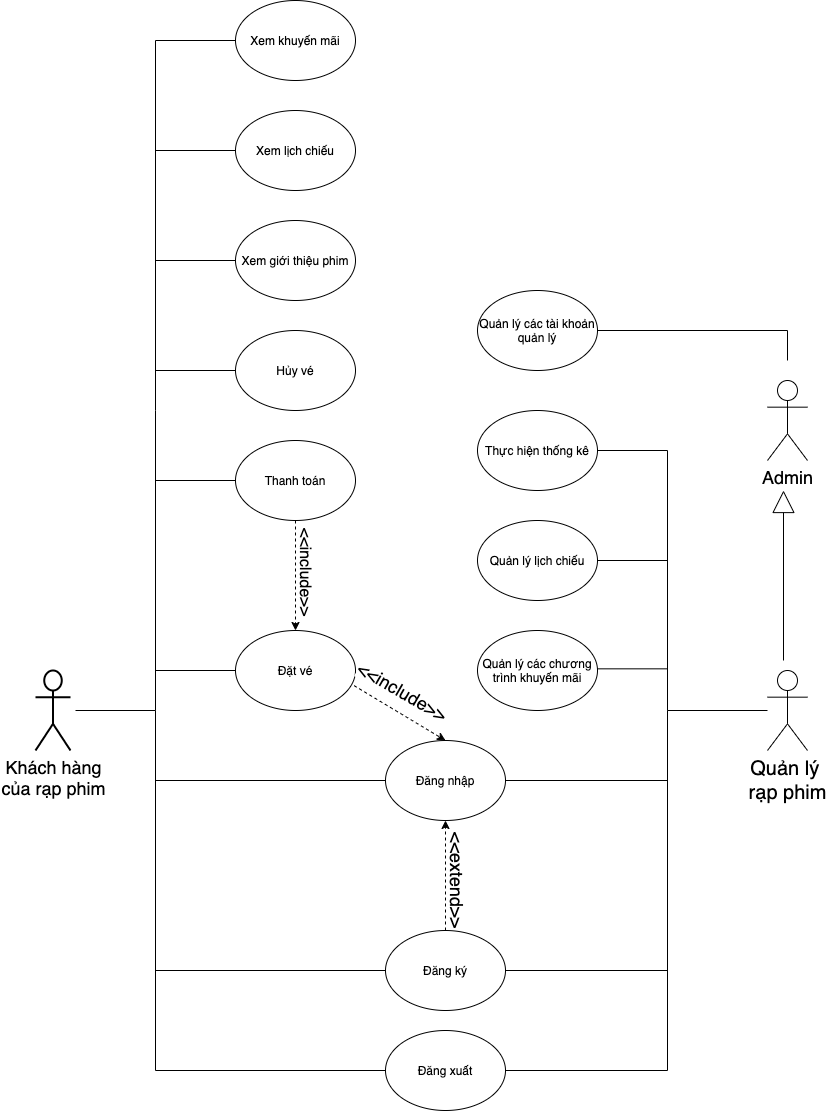
baolongnguyenmac/CinemaManagementSystem keeps this draw.io diagram as Report/UsecaseDiagram/usecase.png. Above is the earlier version. Source tidied: cells renumbered, new cells last; positions are measured from the earlier drawing's top-left corner, leaving out a move shared by most shapes.
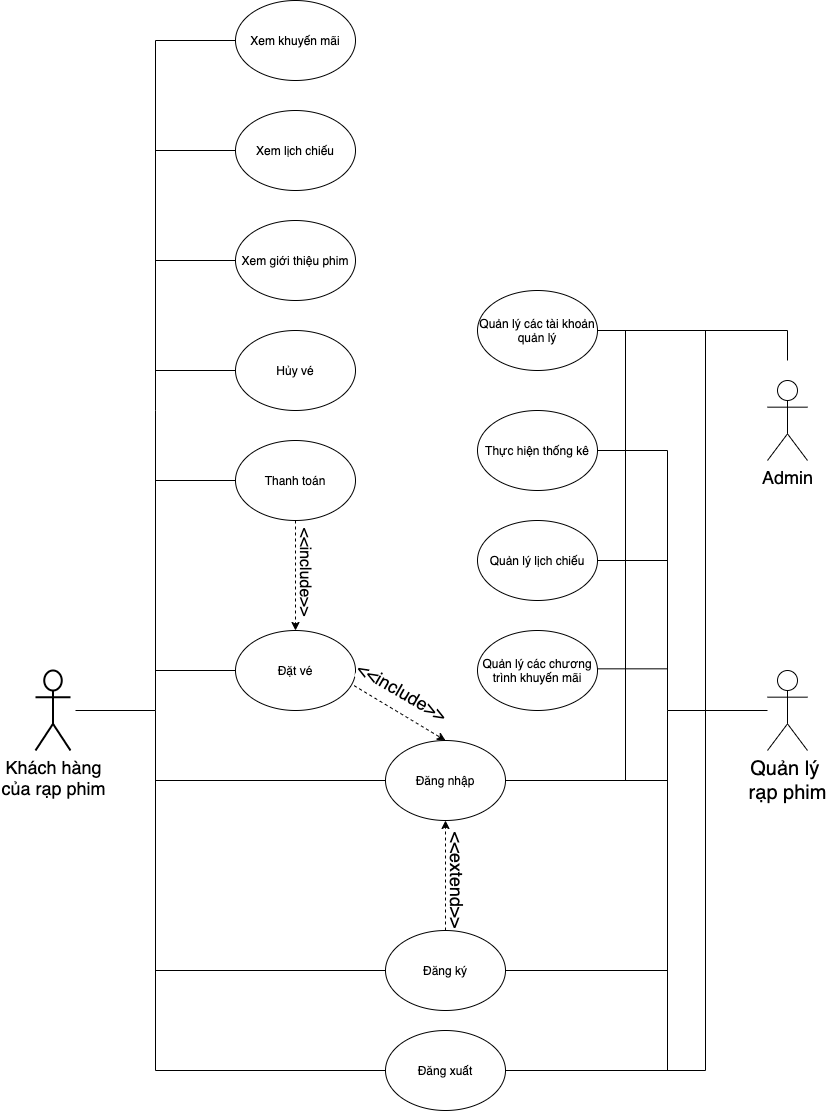
Above is the later version.

Commit message:
usecase diagram done

Change to the diagram source:
```diff
@@ -64,12 +64,6 @@
     <mxCell id="21" style="endArrow=classic;html=1;dashed=1;strokeColor=#000000;exitX=0.5;exitY=1;exitDx=0;exitDy=0;entryX=0.5;entryY=0;entryDx=0;entryDy=0;" parent="1" edge="1" source="11" target="8">
       <mxGeometry relative="1" as="geometry" />
     </mxCell>
-    <mxCell id="22" style="endArrow=block;html=1;strokeColor=#000000;endFill=0;strokeWidth=1;startSize=0;endSize=20;" parent="1" edge="1">
-      <mxGeometry relative="1" as="geometry">
-        <mxPoint x="748" y="660" as="sourcePoint" />
-        <mxPoint x="748" y="490" as="targetPoint" />
-      </mxGeometry>
-    </mxCell>
     <mxCell id="23" value="Xem lịch chiếu" style="ellipse;whiteSpace=wrap;html=1;" parent="1" vertex="1">
       <mxGeometry x="200" y="110" width="120" height="80" as="geometry" />
     </mxCell>
@@ -181,5 +175,20 @@
         </Array>
       </mxGeometry>
     </mxCell>
+    <mxCell id="41" style="endArrow=none;html=1;" parent="1" edge="1">
+      <mxGeometry relative="1" as="geometry">
+        <mxPoint x="590" y="780" as="sourcePoint" />
+        <mxPoint x="590" y="330" as="targetPoint" />
+      </mxGeometry>
+    </mxCell>
+    <mxCell id="42" style="endArrow=none;html=1;rounded=0;" parent="1" edge="1">
+      <mxGeometry relative="1" as="geometry">
+        <mxPoint x="630" y="1070" as="sourcePoint" />
+        <mxPoint x="670" y="330" as="targetPoint" />
+        <Array as="points">
+          <mxPoint x="670" y="1070" />
+        </Array>
+      </mxGeometry>
+    </mxCell>
   </root>
 </mxGraphModel>
```
